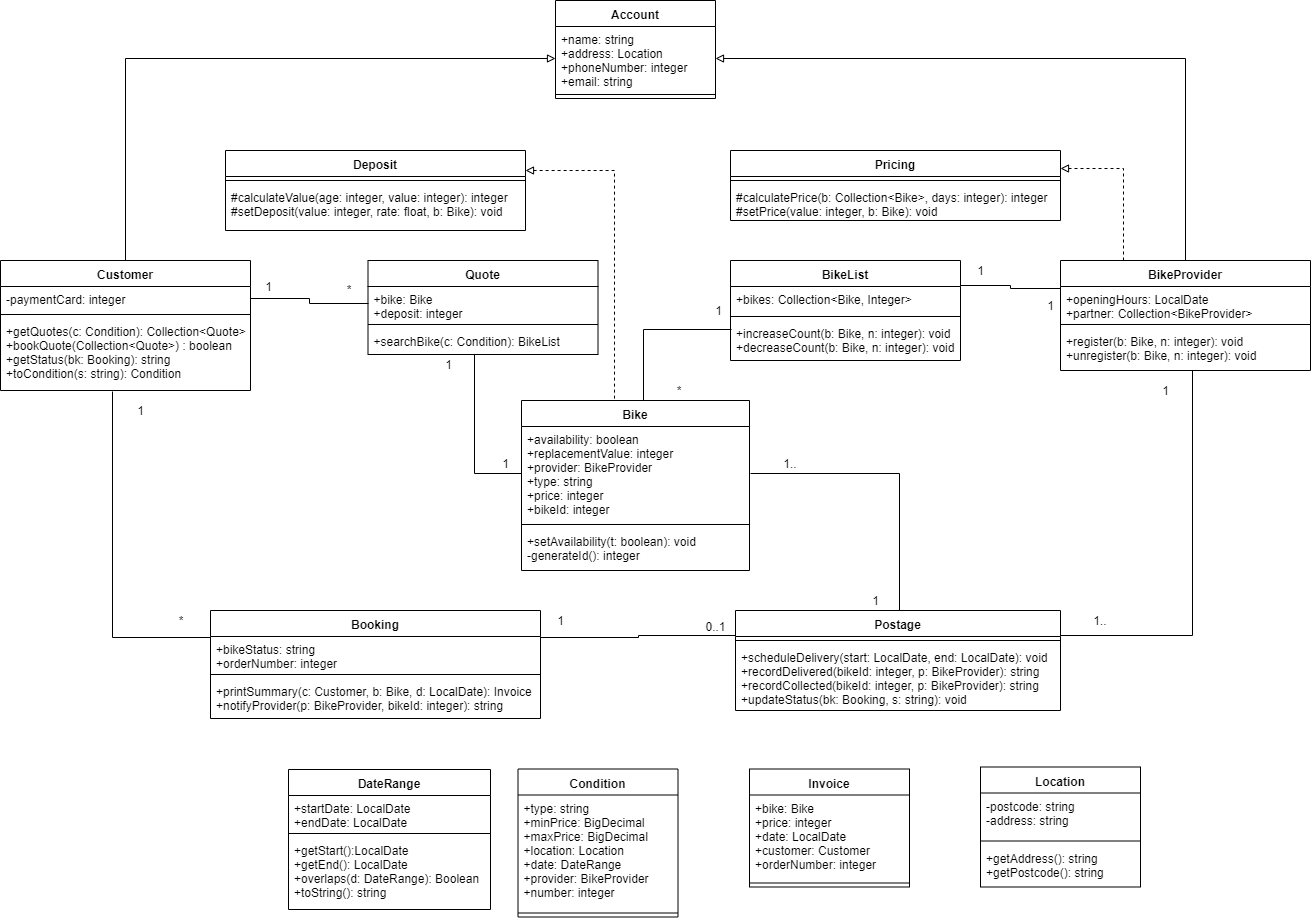
Earlier version of the draw.io export diagram/cw2_class_diagram.png (SatoMichi/SE_CW_Bike_Rental_System). Source tidied: cells renumbered, new cells last; positions are measured from the earlier drawing's top-left corner, leaving out a move shared by most shapes.
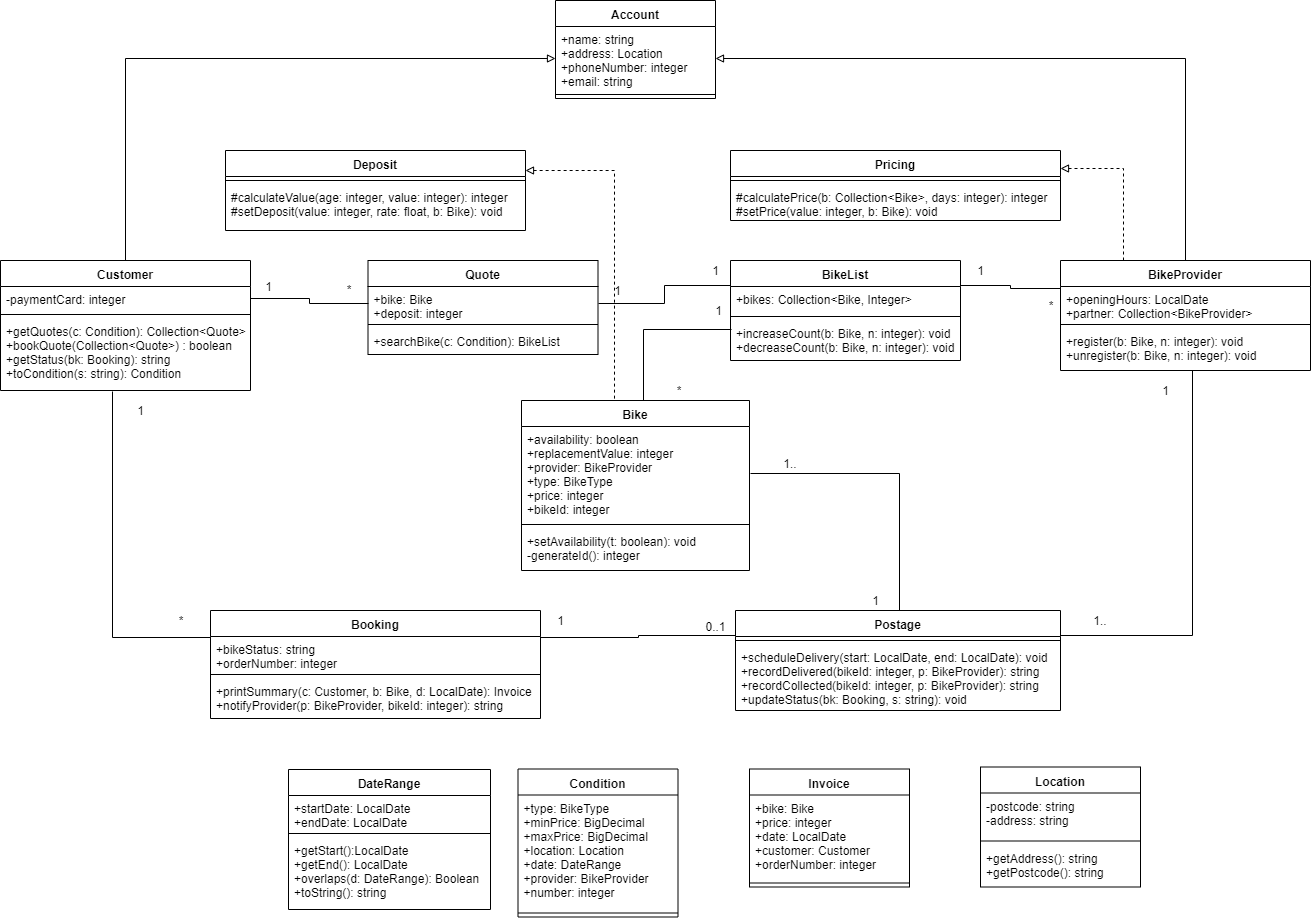
The same file after the commit.

Diff of the diagram source:
```diff
@@ -65,7 +65,7 @@
     <mxCell id="22" value="Bike" style="swimlane;fontStyle=1;align=center;verticalAlign=top;horizontal=1;startSize=26;" parent="1" vertex="1">
       <mxGeometry x="521" y="400" width="228" height="170" as="geometry" />
     </mxCell>
-    <mxCell id="23" value="+availability: boolean&#10;+replacementValue: integer&#10;+provider: BikeProvider&#10;+type: string&#10;+price: integer&#10;+bikeId: integer" style="text;strokeColor=none;fillColor=none;align=left;verticalAlign=top;spacingLeft=4;spacingRight=4;overflow=hidden;points=[[0,0.5],[1,0.5]];portConstraint=eastwest;" parent="22" vertex="1">
+    <mxCell id="23" value="+availability: boolean&#10;+replacementValue: integer&#10;+provider: BikeProvider&#10;+type: BikeType&#10;+price: integer&#10;+bikeId: integer" style="text;strokeColor=none;fillColor=none;align=left;verticalAlign=top;spacingLeft=4;spacingRight=4;overflow=hidden;points=[[0,0.5],[1,0.5]];portConstraint=eastwest;" parent="22" vertex="1">
       <mxGeometry y="26" width="228" height="94" as="geometry" />
     </mxCell>
     <mxCell id="24" style="line;strokeWidth=1;fillColor=none;align=left;verticalAlign=middle;spacingTop=-1;spacingLeft=3;spacingRight=3;labelPosition=right;" parent="22" vertex="1">
@@ -161,7 +161,7 @@
     <mxCell id="53" value="Condition" style="swimlane;fontStyle=1;align=center;verticalAlign=top;horizontal=1;startSize=26;" parent="1" vertex="1">
       <mxGeometry x="517.5" y="768.5" width="160" height="148" as="geometry" />
     </mxCell>
-    <mxCell id="54" value="+type: string&#10;+minPrice: BigDecimal&#10;+maxPrice: BigDecimal&#10;+location: Location&#10;+date: DateRange&#10;+provider: BikeProvider&#10;+number: integer" style="text;strokeColor=none;fillColor=none;align=left;verticalAlign=top;spacingLeft=4;spacingRight=4;overflow=hidden;" parent="53" vertex="1">
+    <mxCell id="54" value="+type: BikeType&#10;+minPrice: BigDecimal&#10;+maxPrice: BigDecimal&#10;+location: Location&#10;+date: DateRange&#10;+provider: BikeProvider&#10;+number: integer" style="text;strokeColor=none;fillColor=none;align=left;verticalAlign=top;spacingLeft=4;spacingRight=4;overflow=hidden;" parent="53" vertex="1">
       <mxGeometry y="26" width="160" height="114" as="geometry" />
     </mxCell>
     <mxCell id="55" style="line;strokeWidth=1;fillColor=none;align=left;verticalAlign=middle;spacingTop=-1;spacingLeft=3;spacingRight=3;labelPosition=right;" parent="53" vertex="1">
@@ -188,14 +188,8 @@
     <mxCell id="62" value="*" style="text;html=1;strokeColor=none;fillColor=none;align=center;verticalAlign=middle;whiteSpace=wrap;rounded=0;" parent="1" vertex="1">
       <mxGeometry x="328" y="279" width="40" height="20" as="geometry" />
     </mxCell>
-    <mxCell id="63" style="edgeStyle=orthogonalEdgeStyle;rounded=0;jettySize=auto;html=1;exitX=0;exitY=0.5;exitDx=0;exitDy=0;entryX=0.461;entryY=0.984;entryDx=0;entryDy=0;entryPerimeter=0;endArrow=none;endFill=0;" parent="1" edge="1" source="23" target="36">
-      <mxGeometry relative="1" as="geometry" />
-    </mxCell>
-    <mxCell id="64" value="1" style="text;html=1;strokeColor=none;fillColor=none;align=center;verticalAlign=middle;whiteSpace=wrap;rounded=0;" parent="1" vertex="1">
-      <mxGeometry x="428" y="354" width="40" height="20" as="geometry" />
-    </mxCell>
     <mxCell id="65" value="1" style="text;html=1;strokeColor=none;fillColor=none;align=center;verticalAlign=middle;whiteSpace=wrap;rounded=0;" parent="1" vertex="1">
-      <mxGeometry x="485" y="453" width="40" height="20" as="geometry" />
+      <mxGeometry x="695" y="260" width="40" height="20" as="geometry" />
     </mxCell>
     <mxCell id="66" value="*" style="text;html=1;strokeColor=none;fillColor=none;align=center;verticalAlign=middle;whiteSpace=wrap;rounded=0;" parent="1" vertex="1">
       <mxGeometry x="658" y="380" width="40" height="20" as="geometry" />
@@ -206,7 +200,7 @@
     <mxCell id="68" value="1" style="text;html=1;strokeColor=none;fillColor=none;align=center;verticalAlign=middle;whiteSpace=wrap;rounded=0;" parent="1" vertex="1">
       <mxGeometry x="960" y="260" width="40" height="20" as="geometry" />
     </mxCell>
-    <mxCell id="69" value="1" style="text;html=1;strokeColor=none;fillColor=none;align=center;verticalAlign=middle;whiteSpace=wrap;rounded=0;" parent="1" vertex="1">
+    <mxCell id="69" value="*" style="text;html=1;strokeColor=none;fillColor=none;align=center;verticalAlign=middle;whiteSpace=wrap;rounded=0;" parent="1" vertex="1">
       <mxGeometry x="1030" y="295" width="40" height="20" as="geometry" />
     </mxCell>
     <mxCell id="70" value="1" style="text;html=1;strokeColor=none;fillColor=none;align=center;verticalAlign=middle;whiteSpace=wrap;rounded=0;" parent="1" vertex="1">
@@ -239,5 +233,11 @@
     <mxCell id="79" value="+getAddress(): string&#10;+getPostcode(): string" style="text;strokeColor=none;fillColor=none;align=left;verticalAlign=top;spacingLeft=4;spacingRight=4;overflow=hidden;" parent="76" vertex="1">
       <mxGeometry y="78" width="160" height="42" as="geometry" />
     </mxCell>
+    <mxCell id="80" style="edgeStyle=orthogonalEdgeStyle;rounded=0;jettySize=auto;html=1;exitX=1;exitY=0.5;exitDx=0;exitDy=0;entryX=0;entryY=0.25;entryDx=0;entryDy=0;endArrow=none;endFill=0;" parent="1" edge="1" source="34" target="18">
+      <mxGeometry relative="1" as="geometry" />
+    </mxCell>
+    <mxCell id="64" value="1" style="text;html=1;strokeColor=none;fillColor=none;align=center;verticalAlign=middle;whiteSpace=wrap;rounded=0;" parent="1" vertex="1">
+      <mxGeometry x="597.5" y="280" width="40" height="20" as="geometry" />
+    </mxCell>
   </root>
 </mxGraphModel>
```
